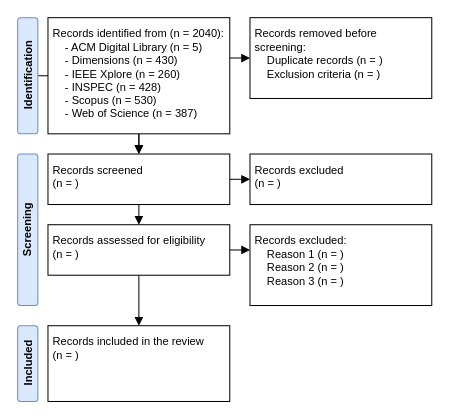
Above: doc/diagrams/slr-ltlm-mr.drawio in sousarbarb/slr-ltlm-mr (draw.io), before the change. Source tidied: cells renumbered, new cells numbered last; positions are measured from the earlier drawing's top-left corner, leaving out a move shared by most shapes. Both pictures are drawn from the tidied source at 101%, with x=0, y=0 at pixel (-48, 17).
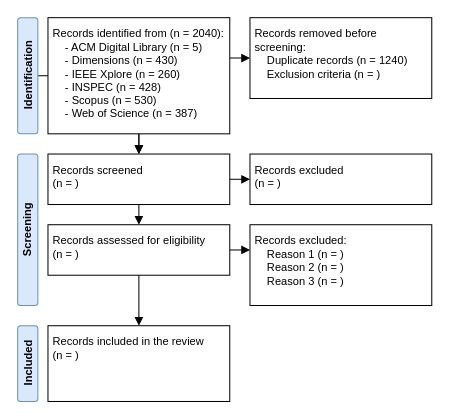
The same page after the edit.

The edit, as a diff of the source:
```diff
@@
 <mxGraphModel>
   <root>
     <mxCell id="0" />
     <mxCell id="1" parent="0" />
     <mxCell id="2" style="edgeStyle=orthogonalEdgeStyle;rounded=0;jettySize=auto;html=1;fontSize=11;endArrow=block;endFill=1;" parent="1" edge="1" source="3" target="10">
       <mxGeometry relative="1" as="geometry" />
     </mxCell>
     <mxCell id="3" value="&lt;b style=&quot;font-size: 11px;&quot;&gt;Identification&lt;/b&gt;" style="rounded=1;whiteSpace=wrap;html=1;rotation=-90;fontSize=11;fillColor=#dae8fc;strokeColor=#6c8ebf;" parent="1" vertex="1">
       <mxGeometry x="17.5" y="47.5" width="115" height="20" as="geometry" />
     </mxCell>
     <mxCell id="4" style="edgeStyle=orthogonalEdgeStyle;rounded=0;jettySize=auto;html=1;exitX=0.5;exitY=1;exitDx=0;exitDy=0;entryX=0.5;entryY=0;entryDx=0;entryDy=0;fontSize=11;endArrow=block;endFill=1;" parent="1" edge="1" source="6" target="10">
       <mxGeometry relative="1" as="geometry" />
     </mxCell>
     <mxCell id="5" style="edgeStyle=orthogonalEdgeStyle;rounded=0;jettySize=auto;html=1;entryX=0;entryY=0.5;entryDx=0;entryDy=0;fontSize=11;endArrow=block;endFill=1;exitX=1;exitY=0.348;exitDx=0;exitDy=0;exitPerimeter=0;" parent="1" edge="1" source="6" target="7">
       <mxGeometry relative="1" as="geometry" />
     </mxCell>
     <mxCell id="6" value="Records identified from (n = 2040):&lt;br style=&quot;font-size: 11px&quot;&gt;&amp;nbsp; &amp;nbsp; - ACM Digital Library (n = 5)&lt;br style=&quot;font-size: 11px&quot;&gt;&amp;nbsp; &amp;nbsp; - Dimensions (n = 430)&lt;br style=&quot;font-size: 11px&quot;&gt;&amp;nbsp; &amp;nbsp; - IEEE Xplore (n = 260)&lt;br style=&quot;font-size: 11px&quot;&gt;&amp;nbsp; &amp;nbsp; - INSPEC (n = 428)&lt;br style=&quot;font-size: 11px&quot;&gt;&amp;nbsp; &amp;nbsp; - Scopus (n = 530)&lt;br style=&quot;font-size: 11px&quot;&gt;&amp;nbsp; &amp;nbsp; - Web of Science (n = 387)" style="rounded=0;whiteSpace=wrap;html=1;align=left;spacing=5;fontSize=11;verticalAlign=top;" parent="1" vertex="1">
       <mxGeometry x="95" width="180" height="115" as="geometry" />
     </mxCell>
-    <mxCell id="7" value="Records removed before screening:&lt;br style=&quot;font-size: 11px;&quot;&gt;&amp;nbsp; &amp;nbsp; Duplicate records (n = )&lt;br style=&quot;font-size: 11px;&quot;&gt;&amp;nbsp; &amp;nbsp; Exclusion criteria (n = )" style="rounded=0;whiteSpace=wrap;html=1;align=left;spacing=5;fontSize=11;verticalAlign=top;" parent="1" vertex="1">
+    <mxCell id="7" value="Records removed before screening:&lt;br style=&quot;font-size: 11px&quot;&gt;&amp;nbsp; &amp;nbsp; Duplicate records (n = 1240)&lt;br style=&quot;font-size: 11px&quot;&gt;&amp;nbsp; &amp;nbsp; Exclusion criteria (n = )" style="rounded=0;whiteSpace=wrap;html=1;align=left;spacing=5;fontSize=11;verticalAlign=top;" parent="1" vertex="1">
       <mxGeometry x="295" width="180" height="80" as="geometry" />
     </mxCell>
     <mxCell id="8" style="edgeStyle=orthogonalEdgeStyle;rounded=0;jettySize=auto;html=1;exitX=1;exitY=0.5;exitDx=0;exitDy=0;entryX=0;entryY=0.5;entryDx=0;entryDy=0;fontSize=11;endArrow=block;endFill=1;" parent="1" edge="1" source="10" target="11">
       <mxGeometry relative="1" as="geometry" />
     </mxCell>
     <mxCell id="9" style="edgeStyle=orthogonalEdgeStyle;rounded=0;jettySize=auto;html=1;exitX=0.5;exitY=1;exitDx=0;exitDy=0;entryX=0.5;entryY=0;entryDx=0;entryDy=0;fontSize=11;endArrow=block;endFill=1;" parent="1" edge="1" source="10" target="14">
       <mxGeometry relative="1" as="geometry" />
     </mxCell>
     <mxCell id="10" value="Records screened&lt;br&gt;(n = )" style="rounded=0;whiteSpace=wrap;html=1;align=left;spacing=5;fontSize=11;verticalAlign=top;" parent="1" vertex="1">
       <mxGeometry x="95" y="135" width="180" height="50" as="geometry" />
     </mxCell>
     <mxCell id="11" value="Records excluded&lt;br&gt;(n = )" style="rounded=0;whiteSpace=wrap;html=1;align=left;spacing=5;fontSize=11;verticalAlign=top;" parent="1" vertex="1">
       <mxGeometry x="295" y="135" width="180" height="50" as="geometry" />
     </mxCell>
     <mxCell id="12" style="edgeStyle=orthogonalEdgeStyle;rounded=0;jettySize=auto;html=1;exitX=1;exitY=0.5;exitDx=0;exitDy=0;fontSize=11;endArrow=block;endFill=1;entryX=0;entryY=0.311;entryDx=0;entryDy=0;entryPerimeter=0;" parent="1" edge="1" source="14" target="15">
       <mxGeometry relative="1" as="geometry" />
     </mxCell>
     <mxCell id="13" style="edgeStyle=orthogonalEdgeStyle;rounded=0;jettySize=auto;html=1;exitX=0.5;exitY=1;exitDx=0;exitDy=0;entryX=0.5;entryY=0;entryDx=0;entryDy=0;fontSize=11;endArrow=block;endFill=1;" parent="1" edge="1" source="14" target="17">
       <mxGeometry relative="1" as="geometry" />
     </mxCell>
     <mxCell id="14" value="Records assessed for eligibility&lt;br&gt;(n = )" style="rounded=0;whiteSpace=wrap;html=1;align=left;spacing=5;fontSize=11;verticalAlign=top;" parent="1" vertex="1">
       <mxGeometry x="95" y="205" width="180" height="50" as="geometry" />
     </mxCell>
     <mxCell id="15" value="Records excluded:&lt;br&gt;&amp;nbsp; &amp;nbsp; Reason 1 (n = )&lt;br&gt;&amp;nbsp; &amp;nbsp; Reason 2 (n = )&lt;br&gt;&amp;nbsp; &amp;nbsp; Reason 3 (n = )" style="rounded=0;whiteSpace=wrap;html=1;align=left;spacing=5;fontSize=11;verticalAlign=top;" parent="1" vertex="1">
       <mxGeometry x="295" y="205" width="180" height="80" as="geometry" />
     </mxCell>
     <mxCell id="16" value="&lt;b style=&quot;font-size: 11px;&quot;&gt;Screening&lt;/b&gt;" style="rounded=1;whiteSpace=wrap;html=1;rotation=-90;fontSize=11;fillColor=#dae8fc;strokeColor=#6c8ebf;" parent="1" vertex="1">
       <mxGeometry y="200" width="150" height="20" as="geometry" />
     </mxCell>
     <mxCell id="17" value="Records included in the review&lt;br&gt;(n = )" style="rounded=0;whiteSpace=wrap;html=1;align=left;spacing=5;fontSize=11;verticalAlign=top;" parent="1" vertex="1">
       <mxGeometry x="95" y="305" width="180" height="75" as="geometry" />
     </mxCell>
     <mxCell id="18" value="&lt;b style=&quot;font-size: 11px;&quot;&gt;Included&lt;/b&gt;" style="rounded=1;whiteSpace=wrap;html=1;rotation=-90;fontSize=11;fillColor=#dae8fc;strokeColor=#6c8ebf;" parent="1" vertex="1">
       <mxGeometry x="37.5" y="332.5" width="75" height="20" as="geometry" />
     </mxCell>
   </root>
 </mxGraphModel>
```
